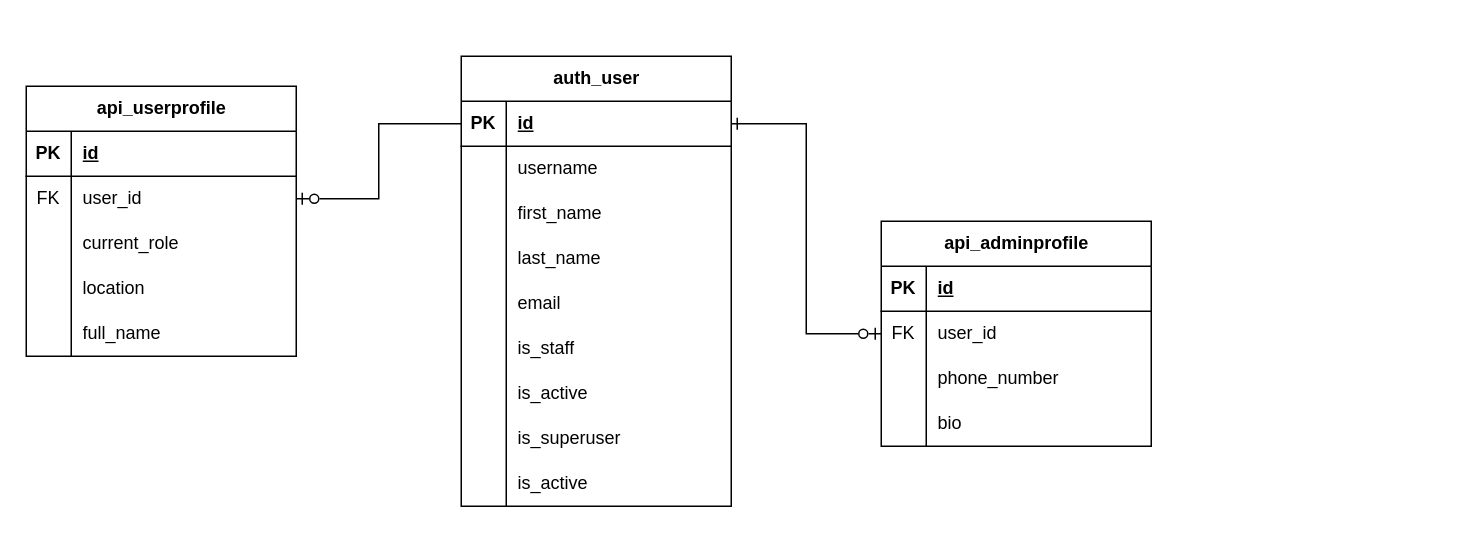
The draw.io diagram page "Admin" (7 of 7) of 2Gether.drawio in RHILIUS/drawio, before the edit. Source tidied: cells renumbered, new cells numbered last; positions are measured from the earlier drawing's top-left corner, leaving out a move shared by most shapes. Both pictures are drawn from the tidied source at 150%, with x=0, y=0 at pixel (26, 56).
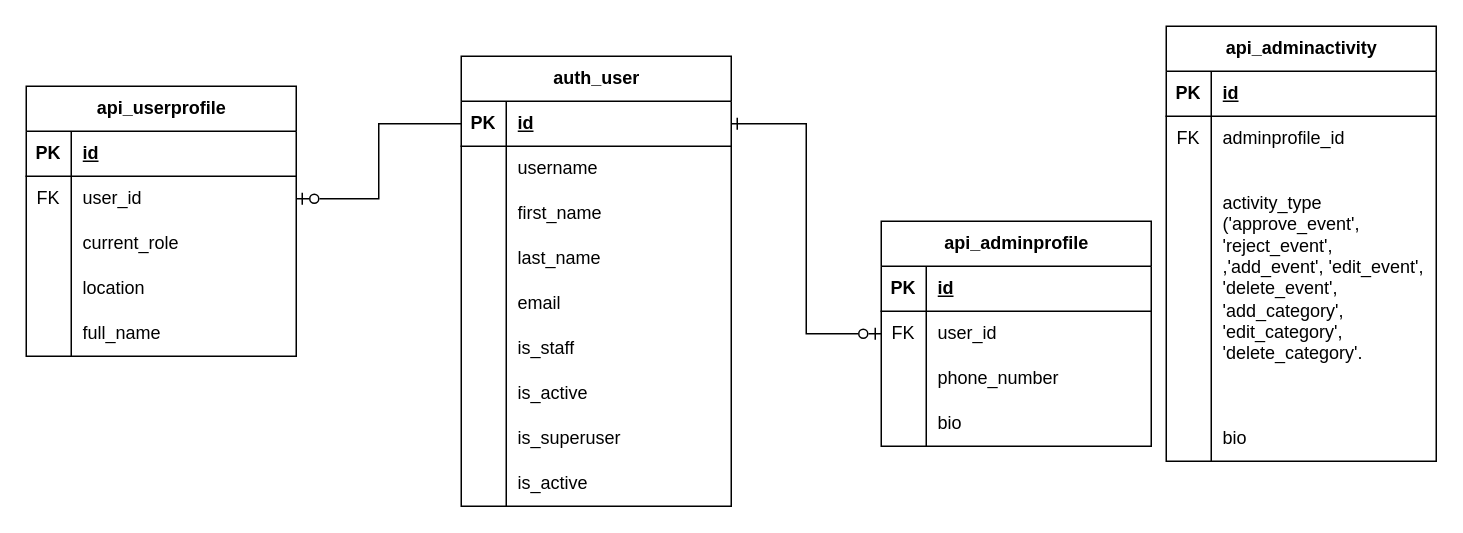
After the change.

The edit, as a diff of the source:
```diff
@@
+    <mxCell id="61" value="api_adminactivity" style="shape=table;startSize=30;childLayout=tableLayout;rowLines=0;fontStyle=1;align=center;html=1;" parent="1" vertex="1">
+      <mxGeometry x="760" y="-20" width="180" height="290" as="geometry" />
+    </mxCell>
+    <mxCell id="62" style="shape=tableRow;horizontal=0;startSize=0;swimlaneHead=0;swimlaneBody=0;fillColor=none;top=0;left=0;right=0;bottom=1;" parent="61" vertex="1">
+      <mxGeometry y="30" width="180" height="30" as="geometry" />
+    </mxCell>
+    <mxCell id="63" value="PK" style="shape=partialRectangle;fillColor=none;top=0;left=0;bottom=0;right=0;fontStyle=1;overflow=hidden;whiteSpace=wrap;html=1;" parent="62" vertex="1">
+      <mxGeometry width="30" height="30" as="geometry" />
+    </mxCell>
+    <mxCell id="64" value="id" style="shape=partialRectangle;fillColor=none;top=0;left=0;bottom=0;right=0;align=left;spacingLeft=6;fontStyle=5;overflow=hidden;whiteSpace=wrap;html=1;" parent="62" vertex="1">
+      <mxGeometry x="30" width="150" height="30" as="geometry" />
+    </mxCell>
+    <mxCell id="65" style="shape=tableRow;horizontal=0;startSize=0;swimlaneHead=0;swimlaneBody=0;fillColor=none;top=0;left=0;right=0;bottom=0;" parent="61" vertex="1">
+      <mxGeometry y="60" width="180" height="30" as="geometry" />
+    </mxCell>
+    <mxCell id="66" value="FK" style="shape=partialRectangle;fillColor=none;top=0;left=0;bottom=0;right=0;overflow=hidden;whiteSpace=wrap;html=1;" parent="65" vertex="1">
+      <mxGeometry width="30" height="30" as="geometry" />
+    </mxCell>
+    <mxCell id="67" value="adminprofile_id" style="shape=partialRectangle;fillColor=none;top=0;left=0;bottom=0;right=0;align=left;spacingLeft=6;overflow=hidden;whiteSpace=wrap;html=1;" parent="65" vertex="1">
+      <mxGeometry x="30" width="150" height="30" as="geometry" />
+    </mxCell>
+    <mxCell id="68" style="shape=tableRow;horizontal=0;startSize=0;swimlaneHead=0;swimlaneBody=0;fillColor=none;top=0;left=0;right=0;bottom=0;" parent="61" vertex="1">
+      <mxGeometry y="90" width="180" height="170" as="geometry" />
+    </mxCell>
+    <mxCell id="69" style="shape=partialRectangle;fillColor=none;top=0;left=0;bottom=0;right=0;overflow=hidden;whiteSpace=wrap;html=1;" parent="68" vertex="1">
+      <mxGeometry width="30" height="170" as="geometry" />
+    </mxCell>
+    <mxCell id="70" value="activity_type ('approve_event', 'reject_event', ,'add_event', 'edit_event', 'delete_event',&lt;div&gt;'add_category', 'edit_category',&lt;/div&gt;&lt;div&gt;'delete_category'.&lt;/div&gt;&lt;div&gt;&amp;nbsp;&lt;/div&gt;" style="shape=partialRectangle;fillColor=none;top=0;left=0;bottom=0;right=0;align=left;spacingLeft=6;overflow=hidden;whiteSpace=wrap;html=1;" parent="68" vertex="1">
+      <mxGeometry x="30" width="150" height="170" as="geometry" />
+    </mxCell>
+    <mxCell id="71" style="shape=tableRow;horizontal=0;startSize=0;swimlaneHead=0;swimlaneBody=0;fillColor=none;top=0;left=0;right=0;bottom=0;" parent="61" vertex="1">
+      <mxGeometry y="260" width="180" height="30" as="geometry" />
+    </mxCell>
+    <mxCell id="72" style="shape=partialRectangle;fillColor=none;top=0;left=0;bottom=0;right=0;overflow=hidden;whiteSpace=wrap;html=1;" parent="71" vertex="1">
+      <mxGeometry width="30" height="30" as="geometry" />
+    </mxCell>
+    <mxCell id="73" value="bio" style="shape=partialRectangle;fillColor=none;top=0;left=0;bottom=0;right=0;align=left;spacingLeft=6;overflow=hidden;whiteSpace=wrap;html=1;" parent="71" vertex="1">
+      <mxGeometry x="30" width="150" height="30" as="geometry" />
+    </mxCell>
```
